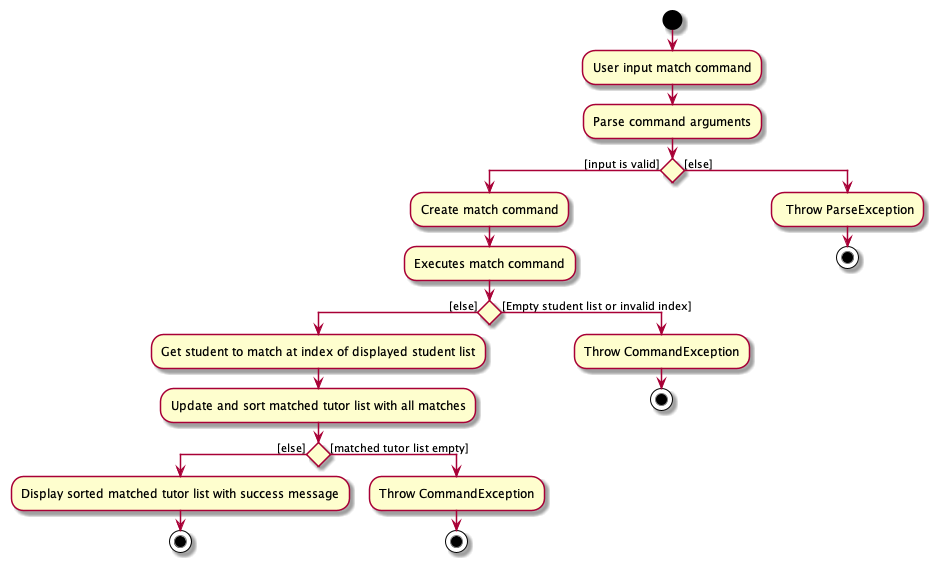
tenebrius1/tp keeps this PlantUML diagram as docs/images/MatchCommandActivityDiagram.png. Above is the earlier version.
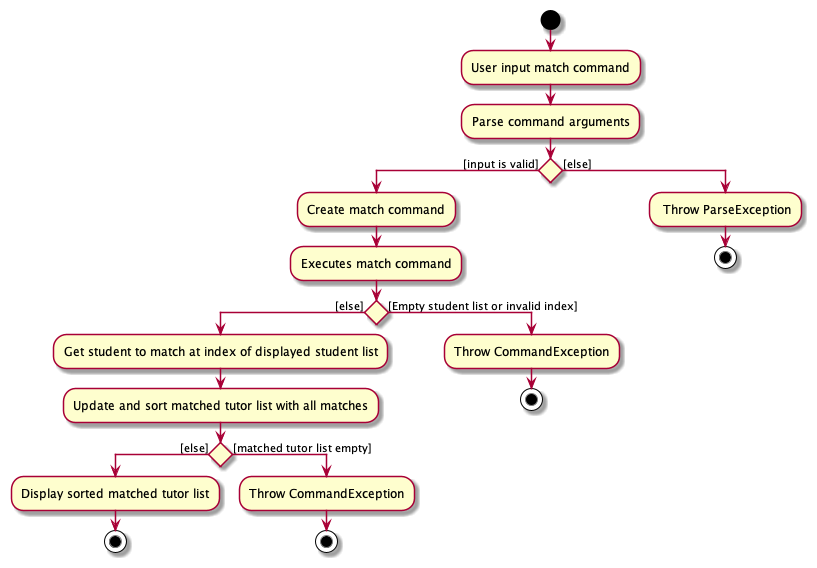
Later version of the same file.

Commit message:
Fix error in activity diagram

What changed in the source:
```diff
@@ -11,7 +11,7 @@
         :Get student to match at index of displayed student list;
         :Update and sort matched tutor list with all matches;
         if () then ([else])
-            :Display sorted matched tutor list with success message;
+            :Display sorted matched tutor list;
             stop
         else ([matched tutor list empty])
             :Throw CommandException;
```
